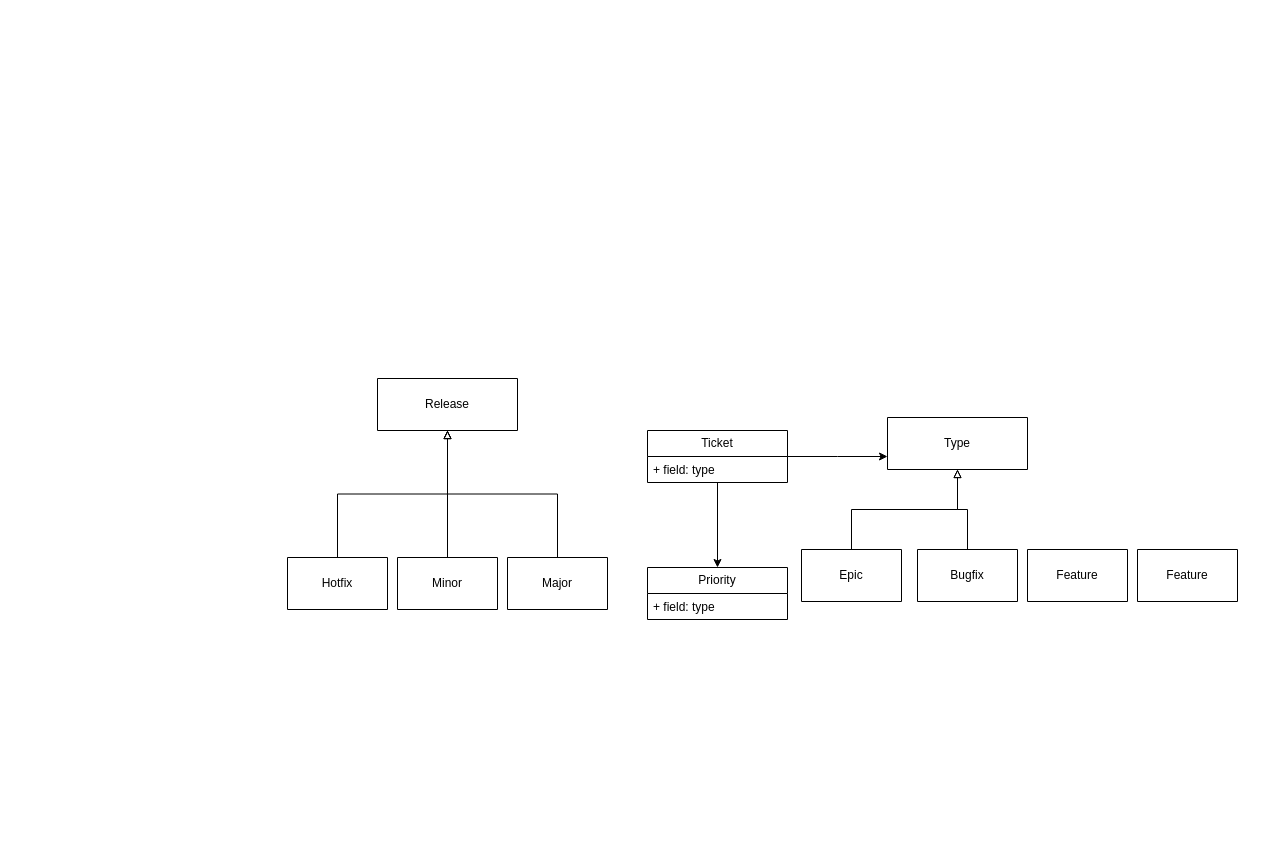
Adrian-Hansen-dev/software-architecture keeps this draw.io diagram as TicketSystem.drawio. Above is the earlier version. Source tidied: cells renumbered, new cells numbered last; positions are measured from the earlier drawing's top-left corner, leaving out a move shared by most shapes. Both pictures are drawn from the tidied source at 100%, with x=0, y=0 at pixel (287, 378).
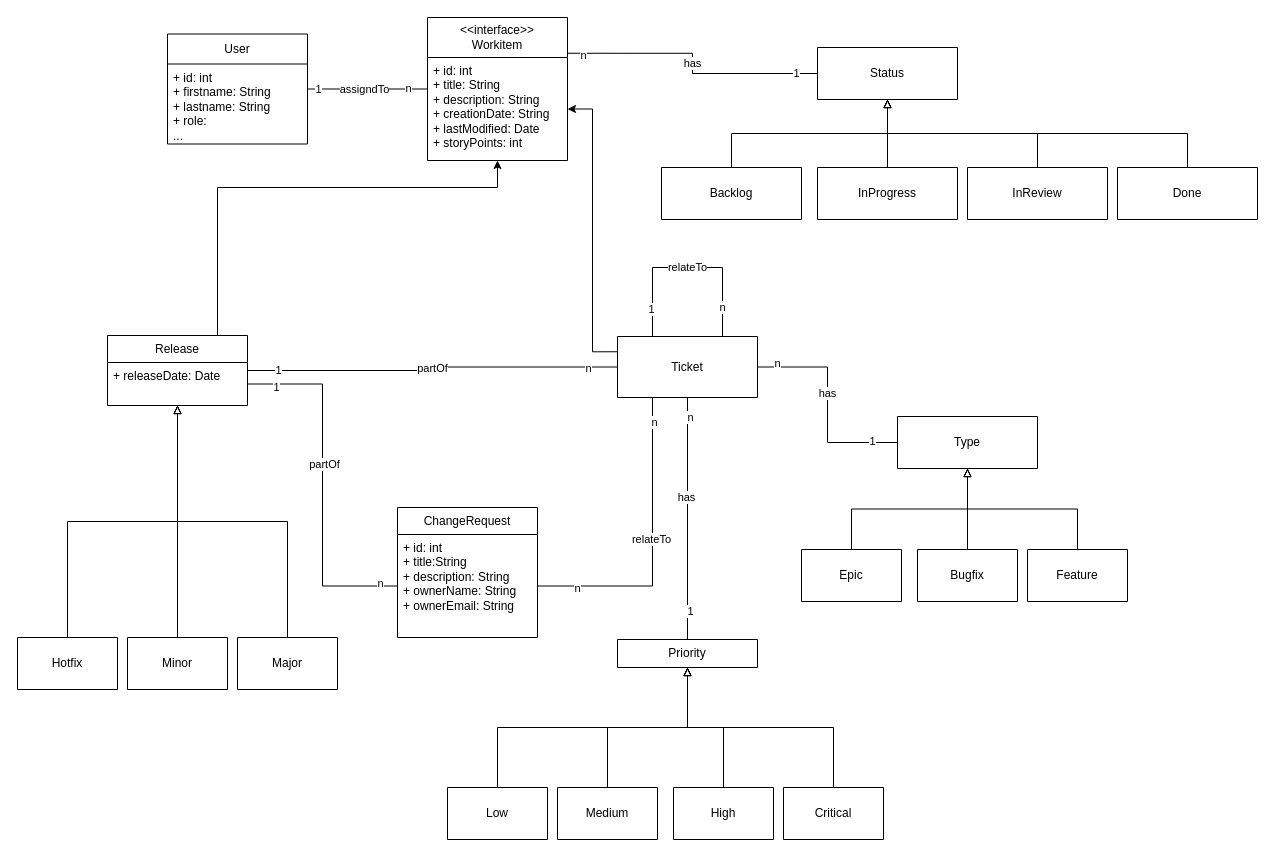
The same diagram, later.

Unchanged cells that the change refers to:
```xml
<mxCell id="14" value="Feature" style="swimlane;fontStyle=0;horizontal=1;startSize=52;fillColor=none;whiteSpace=wrap;html=1;" parent="1" vertex="1">
  <mxGeometry x="740" y="171" width="100" height="52" as="geometry" />
</mxCell>
```

Change to the diagram source:
```diff
@@
-    <mxCell id="2" style="edgeStyle=orthogonalEdgeStyle;rounded=0;jettySize=auto;html=1;" parent="1" edge="1" source="4">
-      <mxGeometry relative="1" as="geometry">
-        <mxPoint x="600" y="78" as="targetPoint" />
-      </mxGeometry>
+    <mxCell id="2" style="edgeStyle=orthogonalEdgeStyle;rounded=0;jettySize=auto;html=1;entryX=0;entryY=0.5;entryDx=0;entryDy=0;endArrow=none;endFill=0;" parent="1" edge="1" source="4" target="7">
+      <mxGeometry relative="1" as="geometry" />
     </mxCell>
+    <mxCell id="22" value="1" style="edgeLabel;html=1;align=center;verticalAlign=middle;" parent="2" vertex="1">
+      <mxGeometry x="0.76" y="2" relative="1" as="geometry" />
+    </mxCell>
+    <mxCell id="23" value="n" style="edgeLabel;html=1;align=center;verticalAlign=middle;" parent="2" vertex="1">
+      <mxGeometry x="-0.81" y="4" relative="1" as="geometry">
+        <mxPoint x="-1" as="offset" />
+      </mxGeometry>
+    </mxCell>
+    <mxCell id="24" value="has" style="edgeLabel;html=1;align=center;verticalAlign=middle;" parent="2" vertex="1">
+      <mxGeometry x="-0.11" y="-1" relative="1" as="geometry" />
+    </mxCell>
-    <mxCell id="3" style="edgeStyle=orthogonalEdgeStyle;rounded=0;jettySize=auto;html=1;entryX=0.5;entryY=0;entryDx=0;entryDy=0;" parent="1" edge="1" source="4" target="8">
+    <mxCell id="3" style="edgeStyle=orthogonalEdgeStyle;rounded=0;jettySize=auto;html=1;entryX=0.5;entryY=0;entryDx=0;entryDy=0;endArrow=none;endFill=0;" parent="1" edge="1" source="4" target="8">
       <mxGeometry relative="1" as="geometry" />
     </mxCell>
+    <mxCell id="25" value="1" style="edgeLabel;html=1;align=center;verticalAlign=middle;" parent="3" vertex="1">
+      <mxGeometry x="0.76" y="2" relative="1" as="geometry" />
+    </mxCell>
+    <mxCell id="26" value="n" style="edgeLabel;html=1;align=center;verticalAlign=middle;" parent="3" vertex="1">
+      <mxGeometry x="-0.84" y="2" relative="1" as="geometry" />
+    </mxCell>
+    <mxCell id="27" value="has" style="edgeLabel;html=1;align=center;verticalAlign=middle;" parent="3" vertex="1">
+      <mxGeometry x="-0.18" y="-2" relative="1" as="geometry" />
+    </mxCell>
+    <mxCell id="28" style="edgeStyle=orthogonalEdgeStyle;rounded=0;jettySize=auto;html=1;entryX=1;entryY=0.5;entryDx=0;entryDy=0;exitX=0;exitY=0.25;exitDx=0;exitDy=0;" parent="1" edge="1" source="4" target="36">
+      <mxGeometry relative="1" as="geometry" />
+    </mxCell>
-    <mxCell id="4" value="Ticket" style="swimlane;fontStyle=0;horizontal=1;startSize=26;fillColor=none;whiteSpace=wrap;html=1;" parent="1" vertex="1">
-      <mxGeometry x="360" y="52" width="140" height="52" as="geometry" />
+    <mxCell id="4" value="Ticket" style="swimlane;fontStyle=0;horizontal=1;startSize=131;fillColor=none;whiteSpace=wrap;html=1;" parent="1" vertex="1">
+      <mxGeometry x="330" y="-42" width="140" height="61" as="geometry" />
     </mxCell>
-    <mxCell id="5" value="+ field: type" style="text;strokeColor=none;fillColor=none;align=left;verticalAlign=top;spacingLeft=4;spacingRight=4;overflow=hidden;whiteSpace=wrap;html=1;" parent="4" vertex="1">
-      <mxGeometry y="26" width="140" height="26" as="geometry" />
-    </mxCell>
@@
     <mxCell id="7" value="Type" style="swimlane;fontStyle=0;horizontal=1;startSize=52;fillColor=none;whiteSpace=wrap;html=1;" parent="1" vertex="1">
-      <mxGeometry x="600" y="39" width="140" height="52" as="geometry" />
+      <mxGeometry x="610" y="38" width="140" height="52" as="geometry" />
     </mxCell>
-    <mxCell id="8" value="Priority" style="swimlane;fontStyle=0;horizontal=1;startSize=26;fillColor=none;whiteSpace=wrap;html=1;" parent="1" vertex="1">
-      <mxGeometry x="360" y="189" width="140" height="52" as="geometry" />
+    <mxCell id="8" value="Priority" style="swimlane;fontStyle=0;horizontal=1;startSize=50;fillColor=none;whiteSpace=wrap;html=1;" parent="1" vertex="1">
+      <mxGeometry x="330" y="261" width="140" height="28" as="geometry" />
     </mxCell>
-    <mxCell id="9" value="+ field: type" style="text;strokeColor=none;fillColor=none;align=left;verticalAlign=top;spacingLeft=4;spacingRight=4;overflow=hidden;whiteSpace=wrap;html=1;" parent="8" vertex="1">
-      <mxGeometry y="26" width="140" height="26" as="geometry" />
-    </mxCell>
@@
+    <mxCell id="29" value="partOf" style="edgeStyle=orthogonalEdgeStyle;rounded=0;jettySize=auto;html=1;endArrow=none;endFill=0;" parent="1" edge="1" source="13" target="4">
+      <mxGeometry relative="1" as="geometry" />
+    </mxCell>
+    <mxCell id="30" value="n" style="edgeLabel;html=1;align=center;verticalAlign=middle;" parent="29" vertex="1">
+      <mxGeometry x="0.84" y="-3" relative="1" as="geometry">
+        <mxPoint y="-2" as="offset" />
+      </mxGeometry>
+    </mxCell>
+    <mxCell id="31" value="1" style="edgeLabel;html=1;align=center;verticalAlign=middle;" parent="29" vertex="1">
+      <mxGeometry x="-0.84" y="1" relative="1" as="geometry" />
+    </mxCell>
+    <mxCell id="32" style="edgeStyle=orthogonalEdgeStyle;rounded=0;jettySize=auto;html=1;" parent="1" edge="1" source="13" target="35">
+      <mxGeometry relative="1" as="geometry">
+        <Array as="points">
+          <mxPoint x="-70" y="-191" />
+          <mxPoint x="210" y="-191" />
+        </Array>
+      </mxGeometry>
+    </mxCell>
-    <mxCell id="13" value="Release" style="swimlane;fontStyle=0;horizontal=1;startSize=52;fillColor=none;whiteSpace=wrap;html=1;" parent="1" vertex="1">
-      <mxGeometry x="90" width="140" height="52" as="geometry" />
+    <mxCell id="13" value="Release" style="swimlane;fontStyle=0;horizontal=1;startSize=27;fillColor=none;whiteSpace=wrap;html=1;" parent="1" vertex="1">
+      <mxGeometry x="-180" y="-43" width="140" height="70" as="geometry" />
     </mxCell>
+    <mxCell id="33" value="+ releaseDate: Date&lt;br&gt;&lt;div&gt;&lt;div&gt;&lt;br&gt;&lt;/div&gt;&lt;div&gt;&lt;br&gt;&lt;/div&gt;&lt;/div&gt;" style="text;strokeColor=none;fillColor=none;align=left;verticalAlign=top;spacingLeft=4;spacingRight=4;overflow=hidden;points=[[0,0.5],[1,0.5]];portConstraint=eastwest;whiteSpace=wrap;html=1;" parent="13" vertex="1">
+      <mxGeometry y="27" width="140" height="43" as="geometry" />
+    </mxCell>
+    <mxCell id="34" style="edgeStyle=orthogonalEdgeStyle;rounded=0;jettySize=auto;html=1;endArrow=block;endFill=0;" parent="1" edge="1" source="14" target="7">
+      <mxGeometry relative="1" as="geometry" />
+    </mxCell>
@@
-    <mxCell id="15" value="Feature" style="swimlane;fontStyle=0;horizontal=1;startSize=52;fillColor=none;whiteSpace=wrap;html=1;" parent="1" vertex="1">
-      <mxGeometry x="850" y="171" width="100" height="52" as="geometry" />
-    </mxCell>
     <mxCell id="16" value="Hotfix" style="swimlane;fontStyle=0;horizontal=1;startSize=52;fillColor=none;whiteSpace=wrap;html=1;" parent="1" vertex="1">
-      <mxGeometry y="179" width="100" height="52" as="geometry" />
+      <mxGeometry x="-270" y="259" width="100" height="52" as="geometry" />
     </mxCell>
@@
     <mxCell id="18" value="Minor" style="swimlane;fontStyle=0;horizontal=1;startSize=52;fillColor=none;whiteSpace=wrap;html=1;" parent="1" vertex="1">
-      <mxGeometry x="110" y="179" width="100" height="52" as="geometry" />
+      <mxGeometry x="-160" y="259" width="100" height="52" as="geometry" />
     </mxCell>
@@
     <mxCell id="20" value="Major" style="swimlane;fontStyle=0;horizontal=1;startSize=52;fillColor=none;whiteSpace=wrap;html=1;" parent="1" vertex="1">
-      <mxGeometry x="220" y="179" width="100" height="52" as="geometry" />
+      <mxGeometry x="-50" y="259" width="100" height="52" as="geometry" />
     </mxCell>
@@
+    <mxCell id="35" value="&amp;lt;&amp;lt;interface&amp;gt;&amp;gt;&lt;div&gt;Workitem&lt;/div&gt;" style="swimlane;fontStyle=0;horizontal=1;startSize=40;fillColor=none;whiteSpace=wrap;html=1;" parent="1" vertex="1">
+      <mxGeometry x="140" y="-361" width="140" height="143" as="geometry" />
+    </mxCell>
+    <mxCell id="36" value="+ id: int&lt;div&gt;+ title: String&lt;br&gt;&lt;div&gt;+ description: String&lt;/div&gt;&lt;div&gt;+ creationDate&lt;span style=&quot;background-color: transparent; color: light-dark(rgb(0, 0, 0), rgb(255, 255, 255));&quot;&gt;: String&lt;/span&gt;&lt;/div&gt;&lt;div&gt;+ lastModified&lt;span style=&quot;background-color: transparent; color: light-dark(rgb(0, 0, 0), rgb(255, 255, 255));&quot;&gt;: Date&lt;/span&gt;&lt;/div&gt;&lt;div&gt;&lt;span style=&quot;background-color: transparent; color: light-dark(rgb(0, 0, 0), rgb(255, 255, 255));&quot;&gt;+ storyPoints: int&lt;/span&gt;&lt;/div&gt;&lt;div&gt;&lt;br&gt;&lt;/div&gt;&lt;div&gt;&lt;br&gt;&lt;/div&gt;&lt;div&gt;&lt;br&gt;&lt;/div&gt;&lt;/div&gt;" style="text;strokeColor=none;fillColor=none;align=left;verticalAlign=top;spacingLeft=4;spacingRight=4;overflow=hidden;points=[[0,0.5],[1,0.5]];portConstraint=eastwest;whiteSpace=wrap;html=1;" parent="35" vertex="1">
+      <mxGeometry y="40" width="140" height="103" as="geometry" />
+    </mxCell>
+    <mxCell id="37" value="relateTo" style="edgeStyle=orthogonalEdgeStyle;rounded=0;orthogonalLoop=1;jettySize=auto;html=1;entryX=0.25;entryY=0;entryDx=0;entryDy=0;exitX=0.75;exitY=0;exitDx=0;exitDy=0;endArrow=none;endFill=0;" parent="1" edge="1" source="4" target="4">
+      <mxGeometry relative="1" as="geometry">
+        <Array as="points">
+          <mxPoint x="435" y="-111" />
+          <mxPoint x="365" y="-111" />
+        </Array>
+      </mxGeometry>
+    </mxCell>
+    <mxCell id="38" value="n" style="edgeLabel;html=1;align=center;verticalAlign=middle;" parent="37" vertex="1">
+      <mxGeometry x="-0.8" y="1" relative="1" as="geometry">
+        <mxPoint y="-9" as="offset" />
+      </mxGeometry>
+    </mxCell>
+    <mxCell id="39" value="1" style="edgeLabel;html=1;align=center;verticalAlign=middle;" parent="37" vertex="1">
+      <mxGeometry x="0.71" y="-2" relative="1" as="geometry">
+        <mxPoint y="2" as="offset" />
+      </mxGeometry>
+    </mxCell>
+    <mxCell id="40" style="edgeStyle=orthogonalEdgeStyle;rounded=0;jettySize=auto;html=1;endArrow=block;endFill=0;" parent="1" edge="1" source="41" target="8">
+      <mxGeometry relative="1" as="geometry" />
+    </mxCell>
+    <mxCell id="41" value="High" style="swimlane;fontStyle=0;horizontal=1;startSize=52;fillColor=none;whiteSpace=wrap;html=1;" parent="1" vertex="1">
+      <mxGeometry x="386" y="409" width="100" height="52" as="geometry" />
+    </mxCell>
+    <mxCell id="42" style="edgeStyle=orthogonalEdgeStyle;rounded=0;jettySize=auto;html=1;exitX=0.5;exitY=0;exitDx=0;exitDy=0;endArrow=block;endFill=0;" parent="1" edge="1" source="43" target="8">
+      <mxGeometry relative="1" as="geometry" />
+    </mxCell>
+    <mxCell id="43" value="Critical" style="swimlane;fontStyle=0;horizontal=1;startSize=52;fillColor=none;whiteSpace=wrap;html=1;" parent="1" vertex="1">
+      <mxGeometry x="496" y="409" width="100" height="52" as="geometry" />
+    </mxCell>
+    <mxCell id="44" style="edgeStyle=orthogonalEdgeStyle;rounded=0;jettySize=auto;html=1;endArrow=block;endFill=0;" parent="1" edge="1" source="47" target="8">
+      <mxGeometry relative="1" as="geometry" />
+    </mxCell>
+    <mxCell id="45" style="edgeStyle=orthogonalEdgeStyle;rounded=0;jettySize=auto;html=1;exitX=0.5;exitY=0;exitDx=0;exitDy=0;endArrow=block;endFill=0;" parent="1" edge="1" source="46" target="8">
+      <mxGeometry relative="1" as="geometry" />
+    </mxCell>
+    <mxCell id="46" value="Low" style="swimlane;fontStyle=0;horizontal=1;startSize=52;fillColor=none;whiteSpace=wrap;html=1;" parent="1" vertex="1">
+      <mxGeometry x="160" y="409" width="100" height="52" as="geometry" />
+    </mxCell>
+    <mxCell id="47" value="Medium" style="swimlane;fontStyle=0;horizontal=1;startSize=52;fillColor=none;whiteSpace=wrap;html=1;" parent="1" vertex="1">
+      <mxGeometry x="270" y="409" width="100" height="52" as="geometry" />
+    </mxCell>
+    <mxCell id="48" style="edgeStyle=orthogonalEdgeStyle;rounded=0;jettySize=auto;html=1;endArrow=none;endFill=0;startArrow=block;startFill=0;exitX=0.5;exitY=1;exitDx=0;exitDy=0;" parent="1" edge="1" source="49" target="50">
+      <mxGeometry relative="1" as="geometry" />
+    </mxCell>
+    <mxCell id="49" value="Status" style="swimlane;fontStyle=0;horizontal=1;startSize=52;fillColor=none;whiteSpace=wrap;html=1;" parent="1" vertex="1">
+      <mxGeometry x="530" y="-331" width="140" height="52" as="geometry" />
+    </mxCell>
+    <mxCell id="50" value="Backlog" style="swimlane;fontStyle=0;horizontal=1;startSize=52;fillColor=none;whiteSpace=wrap;html=1;" parent="1" vertex="1">
+      <mxGeometry x="374" y="-211" width="140" height="52" as="geometry" />
+    </mxCell>
+    <mxCell id="51" style="edgeStyle=orthogonalEdgeStyle;rounded=0;jettySize=auto;html=1;entryX=0.5;entryY=1;entryDx=0;entryDy=0;endArrow=block;endFill=0;" parent="1" edge="1" source="52" target="49">
+      <mxGeometry relative="1" as="geometry" />
+    </mxCell>
+    <mxCell id="52" value="InProgress" style="swimlane;fontStyle=0;horizontal=1;startSize=52;fillColor=none;whiteSpace=wrap;html=1;" parent="1" vertex="1">
+      <mxGeometry x="530" y="-211" width="140" height="52" as="geometry" />
+    </mxCell>
+    <mxCell id="53" style="edgeStyle=orthogonalEdgeStyle;rounded=0;jettySize=auto;html=1;exitX=0.5;exitY=0;exitDx=0;exitDy=0;endArrow=block;endFill=0;" parent="1" edge="1" source="54" target="49">
+      <mxGeometry relative="1" as="geometry" />
+    </mxCell>
+    <mxCell id="54" value="InReview" style="swimlane;fontStyle=0;horizontal=1;startSize=52;fillColor=none;whiteSpace=wrap;html=1;" parent="1" vertex="1">
+      <mxGeometry x="680" y="-211" width="140" height="52" as="geometry" />
+    </mxCell>
+    <mxCell id="55" value="has" style="edgeStyle=orthogonalEdgeStyle;rounded=0;jettySize=auto;html=1;exitX=1;exitY=0.25;exitDx=0;exitDy=0;entryX=0;entryY=0.5;entryDx=0;entryDy=0;endArrow=none;endFill=0;" parent="1" edge="1" source="35" target="49">
+      <mxGeometry relative="1" as="geometry" />
+    </mxCell>
+    <mxCell id="56" value="1" style="edgeLabel;html=1;align=center;verticalAlign=middle;" parent="55" vertex="1">
+      <mxGeometry x="0.84" y="1" relative="1" as="geometry" />
+    </mxCell>
+    <mxCell id="57" value="n" style="edgeLabel;html=1;align=center;verticalAlign=middle;" parent="55" vertex="1">
+      <mxGeometry x="-0.88" y="-2" relative="1" as="geometry" />
+    </mxCell>
+    <mxCell id="58" style="edgeStyle=orthogonalEdgeStyle;rounded=0;jettySize=auto;html=1;exitX=0.5;exitY=0;exitDx=0;exitDy=0;endArrow=block;endFill=0;" parent="1" edge="1" source="59" target="49">
+      <mxGeometry relative="1" as="geometry" />
+    </mxCell>
+    <mxCell id="59" value="Done" style="swimlane;fontStyle=0;horizontal=1;startSize=52;fillColor=none;whiteSpace=wrap;html=1;" parent="1" vertex="1">
+      <mxGeometry x="830" y="-211" width="140" height="52" as="geometry" />
+    </mxCell>
+    <mxCell id="60" value="&lt;div&gt;User&lt;/div&gt;" style="swimlane;fontStyle=0;horizontal=1;startSize=30;fillColor=none;whiteSpace=wrap;html=1;" parent="1" vertex="1">
+      <mxGeometry x="-120" y="-344.5" width="140" height="110" as="geometry" />
+    </mxCell>
+    <mxCell id="61" value="+ id: int&lt;div&gt;+ firstname: String&lt;br&gt;&lt;div&gt;+ lastname: String&lt;/div&gt;&lt;div&gt;+ role&lt;span style=&quot;background-color: transparent; color: light-dark(rgb(0, 0, 0), rgb(255, 255, 255));&quot;&gt;:&amp;nbsp;&lt;/span&gt;&lt;/div&gt;&lt;div&gt;&lt;span style=&quot;background-color: transparent; color: light-dark(rgb(0, 0, 0), rgb(255, 255, 255));&quot;&gt;...&lt;/span&gt;&lt;/div&gt;&lt;div&gt;&lt;br&gt;&lt;/div&gt;&lt;div&gt;&lt;br&gt;&lt;/div&gt;&lt;div&gt;&lt;br&gt;&lt;/div&gt;&lt;/div&gt;" style="text;strokeColor=none;fillColor=none;align=left;verticalAlign=top;spacingLeft=4;spacingRight=4;overflow=hidden;whiteSpace=wrap;html=1;" parent="60" vertex="1">
+      <mxGeometry y="30" width="140" height="80" as="geometry" />
+    </mxCell>
+    <mxCell id="62" style="edgeStyle=orthogonalEdgeStyle;rounded=0;jettySize=auto;html=1;endArrow=none;endFill=0;" parent="1" edge="1" source="60" target="35">
+      <mxGeometry relative="1" as="geometry" />
+    </mxCell>
+    <mxCell id="63" value="assigndTo" style="edgeLabel;html=1;align=center;verticalAlign=middle;" parent="62" vertex="1">
+      <mxGeometry x="-0.32" y="3" relative="1" as="geometry">
+        <mxPoint x="15" y="3" as="offset" />
+      </mxGeometry>
+    </mxCell>
+    <mxCell id="64" value="n" style="edgeLabel;html=1;align=center;verticalAlign=middle;" parent="62" vertex="1">
+      <mxGeometry x="0.79" y="-2" relative="1" as="geometry">
+        <mxPoint x="-7" y="-3" as="offset" />
+      </mxGeometry>
+    </mxCell>
+    <mxCell id="65" value="1" style="edgeLabel;html=1;align=center;verticalAlign=middle;" parent="62" vertex="1">
+      <mxGeometry x="-0.83" y="1" relative="1" as="geometry">
+        <mxPoint y="1" as="offset" />
+      </mxGeometry>
+    </mxCell>
+    <mxCell id="66" value="ChangeRequest" style="swimlane;fontStyle=0;horizontal=1;startSize=27;fillColor=none;whiteSpace=wrap;html=1;" parent="1" vertex="1">
+      <mxGeometry x="110" y="129" width="140" height="130" as="geometry" />
+    </mxCell>
+    <mxCell id="67" value="&lt;div&gt;+ id: int&lt;/div&gt;+ title:String&lt;div&gt;&lt;span style=&quot;background-color: transparent; color: light-dark(rgb(0, 0, 0), rgb(255, 255, 255));&quot;&gt;+ description: String&lt;/span&gt;&lt;/div&gt;&lt;div&gt;&lt;div&gt;+ ownerName: String&lt;/div&gt;&lt;div&gt;+ ownerEmail: String&lt;br&gt;&lt;div&gt;&lt;div&gt;&lt;br&gt;&lt;/div&gt;&lt;div&gt;&lt;br&gt;&lt;/div&gt;&lt;/div&gt;&lt;/div&gt;&lt;/div&gt;" style="text;strokeColor=none;fillColor=none;align=left;verticalAlign=top;spacingLeft=4;spacingRight=4;overflow=hidden;points=[[0,0.5],[1,0.5]];portConstraint=eastwest;whiteSpace=wrap;html=1;" parent="66" vertex="1">
+      <mxGeometry y="27" width="140" height="103" as="geometry" />
+    </mxCell>
+    <mxCell id="68" style="edgeStyle=orthogonalEdgeStyle;rounded=0;jettySize=auto;html=1;endArrow=none;endFill=0;" parent="1" edge="1" source="67" target="33">
+      <mxGeometry relative="1" as="geometry" />
+    </mxCell>
+    <mxCell id="69" value="partOf" style="edgeLabel;html=1;align=center;verticalAlign=middle;" parent="68" vertex="1">
+      <mxGeometry x="0.12" relative="1" as="geometry">
+        <mxPoint x="1" as="offset" />
+      </mxGeometry>
+    </mxCell>
+    <mxCell id="70" value="1" style="edgeLabel;html=1;align=center;verticalAlign=middle;" parent="68" vertex="1">
+      <mxGeometry x="0.84" y="3" relative="1" as="geometry" />
+    </mxCell>
+    <mxCell id="71" value="n" style="edgeLabel;html=1;align=center;verticalAlign=middle;" parent="68" vertex="1">
+      <mxGeometry x="-0.89" y="-3" relative="1" as="geometry">
+        <mxPoint x="1" as="offset" />
+      </mxGeometry>
+    </mxCell>
+    <mxCell id="72" style="edgeStyle=orthogonalEdgeStyle;rounded=0;jettySize=auto;html=1;endArrow=none;endFill=0;entryX=0.25;entryY=1;entryDx=0;entryDy=0;" parent="1" edge="1" source="67" target="4">
+      <mxGeometry relative="1" as="geometry" />
+    </mxCell>
+    <mxCell id="73" value="relateTo" style="edgeLabel;html=1;align=center;verticalAlign=middle;" parent="72" vertex="1">
+      <mxGeometry x="0.26" y="2" relative="1" as="geometry">
+        <mxPoint y="29" as="offset" />
+      </mxGeometry>
+    </mxCell>
+    <mxCell id="74" value="n" style="edgeLabel;html=1;align=center;verticalAlign=middle;" parent="72" vertex="1">
+      <mxGeometry x="0.84" y="-1" relative="1" as="geometry" />
+    </mxCell>
+    <mxCell id="75" value="n" style="edgeLabel;html=1;align=center;verticalAlign=middle;" parent="72" vertex="1">
+      <mxGeometry x="-0.74" y="-2" relative="1" as="geometry" />
+    </mxCell>
```
